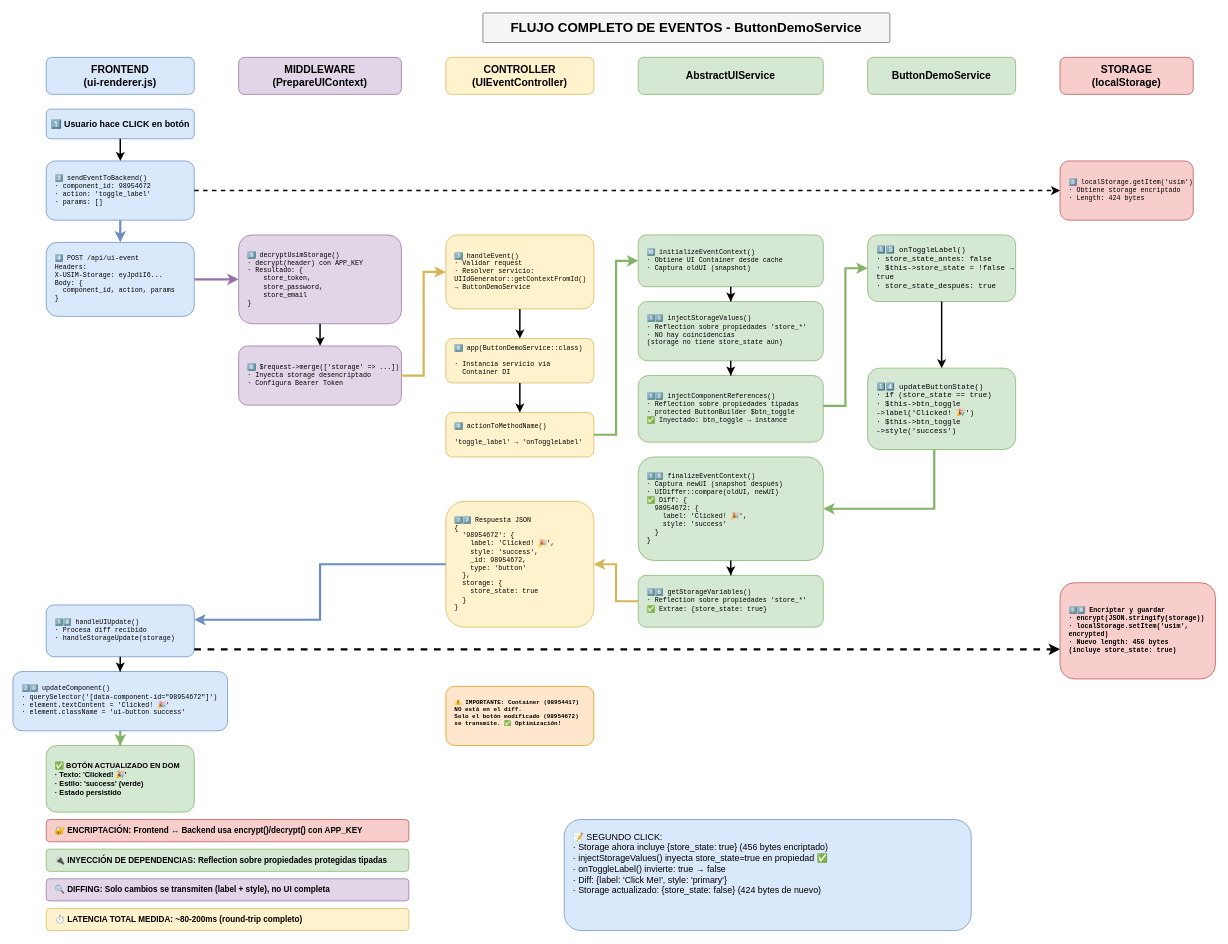
idei/usim-framework keeps this draw.io diagram as page "4. ButtonDemo - Flujo Real" (4 of 4) of docs/framework/USIM_DIAGRAMS.drawio. Above is the earlier version. Source tidied: cells renumbered, new cells numbered last; positions are measured from the earlier drawing's top-left corner, leaving out a move shared by most shapes. Both pictures are drawn from the tidied source at 74%, with x=0, y=0 at pixel (13, 13).
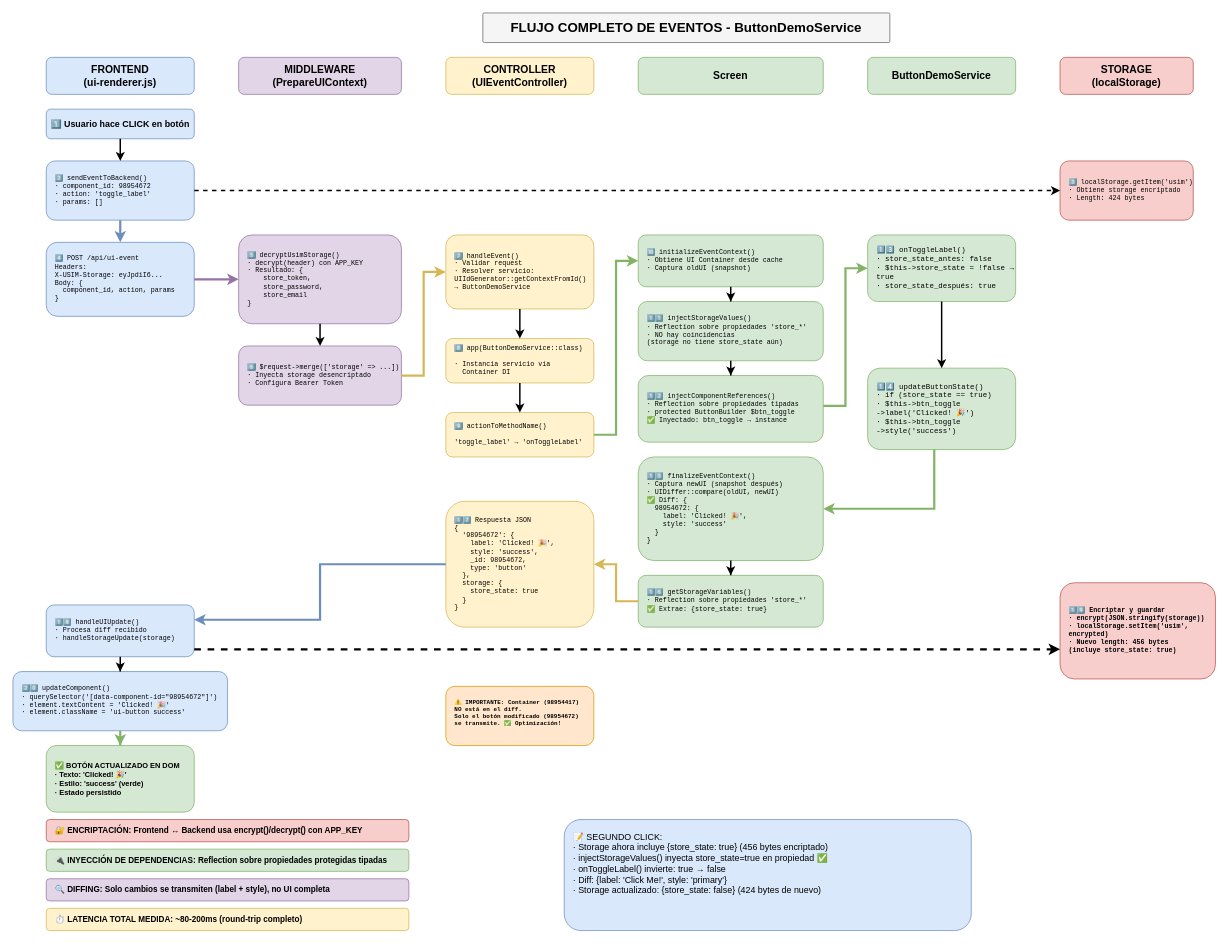
The same page after the edit.

What changed in the source:
```diff
@@
-    <mxCell id="6" value="AbstractUIService" style="text;html=1;strokeColor=#82b366;fillColor=#d5e8d4;align=center;verticalAlign=middle;whiteSpace=wrap;rounded=1;fontSize=14;fontStyle=1;" parent="1" vertex="1">
+    <mxCell id="6" value="Screen" style="text;html=1;strokeColor=#82b366;fillColor=#d5e8d4;align=center;verticalAlign=middle;whiteSpace=wrap;rounded=1;fontSize=14;fontStyle=1;" parent="1" vertex="1">
       <mxGeometry x="845" y="60" width="250" height="50" as="geometry" />
     </mxCell>
```
